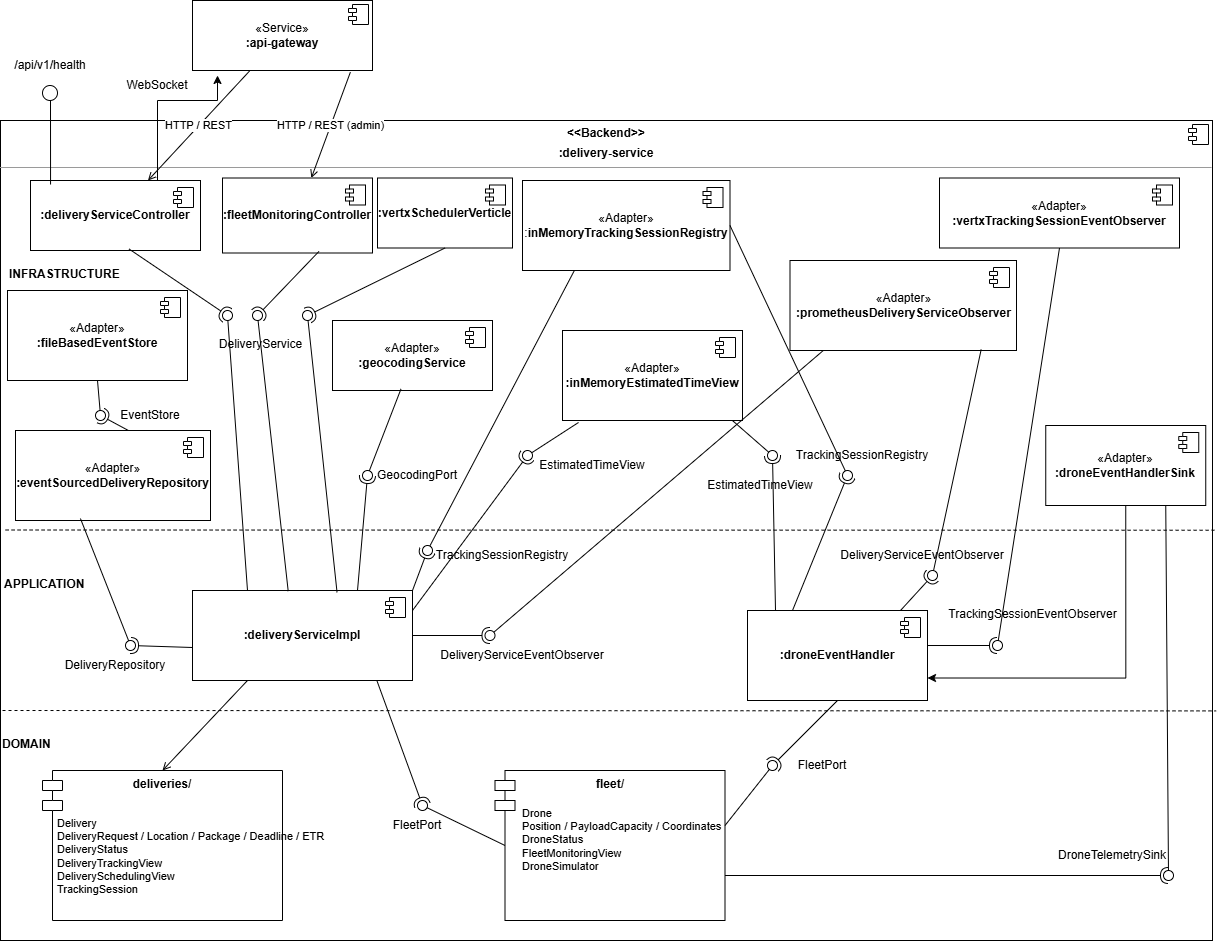
Before: doc/delivery_service_v2.drawio.png, a diagram exported from draw.io (MarcoMoro10/SAP-Assignment2). Source tidied: cells renumbered, new cells last; positions are measured from the earlier drawing's top-left corner, leaving out a move shared by most shapes.
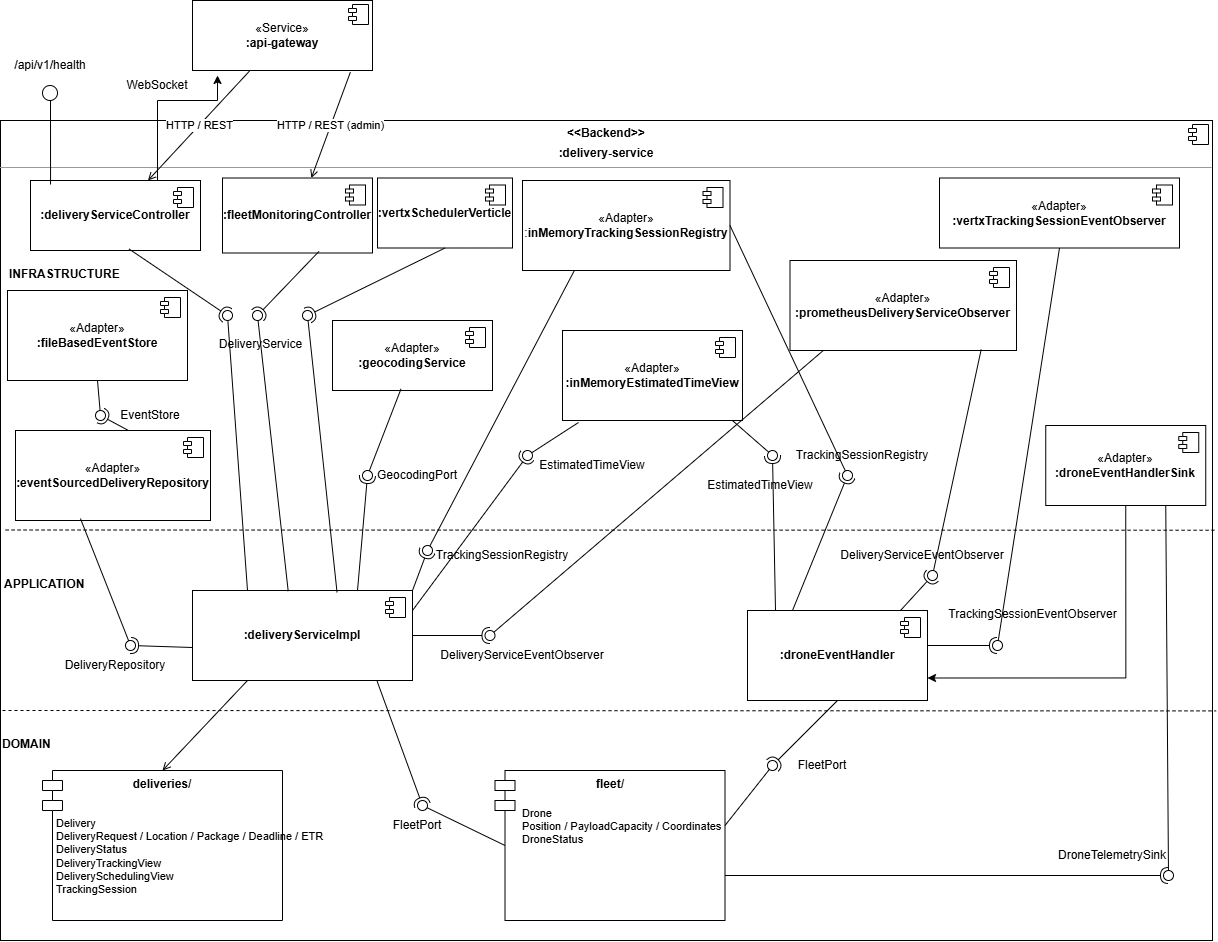
After the change.

Commit message:
Update incorrect concept in delivery service diagram

Change to the diagram source:
```diff
@@ -102,7 +102,7 @@
     <mxCell id="28" value="&lt;b&gt;fleet/&lt;/b&gt;" style="shape=module;align=center;verticalAlign=top;whiteSpace=wrap;html=1;fontColor=#000000;" parent="1" vertex="1">
       <mxGeometry x="494.5" y="770" width="230" height="150" as="geometry" />
     </mxCell>
-    <mxCell id="29" value="&lt;font style=&quot;font-size: 11px;&quot;&gt;Drone&lt;br&gt;Position / PayloadCapacity / Coordinates&lt;br&gt;DroneStatus&lt;br&gt;FleetMonitoringView&lt;br&gt;DroneSimulator&lt;/font&gt;" style="text;html=1;align=left;verticalAlign=top;fontSize=9;" parent="1" vertex="1">
+    <mxCell id="29" value="&lt;font style=&quot;font-size: 11px;&quot;&gt;Drone&lt;br&gt;Position / PayloadCapacity / Coordinates&lt;br&gt;DroneStatus&lt;br&gt;&lt;/font&gt;" style="text;html=1;align=left;verticalAlign=top;fontSize=9;" parent="1" vertex="1">
       <mxGeometry x="519.5" y="800" width="205" height="100" as="geometry" />
     </mxCell>
     <mxCell id="30" style="ellipse;whiteSpace=wrap;html=1;fillColor=none;strokeColor=none;" parent="1" vertex="1">
```
